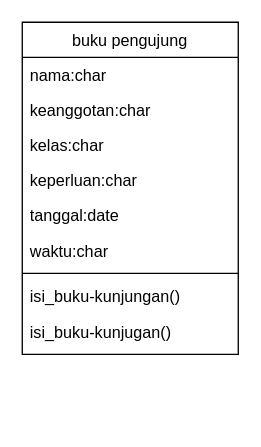
septihadiilham/TUGAS-PAK-ADI keeps this draw.io diagram as class-dia.drawio. Above is the earlier version. Source tidied: cells renumbered, new cells numbered last; positions are measured from the earlier drawing's top-left corner, leaving out a move shared by most shapes. Both pictures are drawn from the tidied source at 135%, with x=0, y=0 at pixel (22, 22).
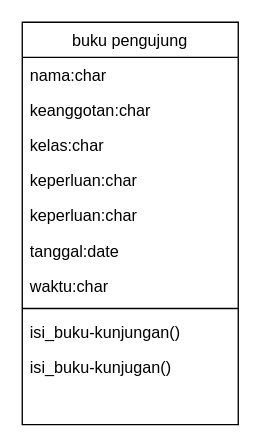
After the change.

The edit, as a diff of the source:
```diff
@@
 <mxGraphModel>
   <root>
     <mxCell id="0" />
     <mxCell id="1" parent="0" />
     <mxCell id="2" value="buku pengujung" style="swimlane;fontStyle=0;align=center;verticalAlign=top;horizontal=1;startSize=26;rounded=0;shadow=0;strokeWidth=1;" parent="1" vertex="1">
-      <mxGeometry width="160" height="246" as="geometry" />
+      <mxGeometry width="160" height="298" as="geometry" />
     </mxCell>
     <mxCell id="3" value="nama:char" style="text;align=left;verticalAlign=top;spacingLeft=4;spacingRight=4;overflow=hidden;" parent="2" vertex="1">
       <mxGeometry y="26" width="160" height="26" as="geometry" />
     </mxCell>
     <mxCell id="4" value="keanggotan:char" style="text;align=left;verticalAlign=top;spacingLeft=4;spacingRight=4;overflow=hidden;rounded=0;shadow=0;html=0;" parent="2" vertex="1">
       <mxGeometry y="52" width="160" height="26" as="geometry" />
     </mxCell>
     <mxCell id="5" value="kelas:char" style="text;align=left;verticalAlign=top;spacingLeft=4;spacingRight=4;overflow=hidden;rounded=0;shadow=0;html=0;" parent="2" vertex="1">
       <mxGeometry y="78" width="160" height="26" as="geometry" />
     </mxCell>
+    <mxCell id="12" value="keperluan:char" style="text;align=left;verticalAlign=top;spacingLeft=4;spacingRight=4;overflow=hidden;rounded=0;shadow=0;html=0;" parent="2" vertex="1">
+      <mxGeometry y="104" width="160" height="26" as="geometry" />
+    </mxCell>
     <mxCell id="6" value="keperluan:char" style="text;align=left;verticalAlign=top;spacingLeft=4;spacingRight=4;overflow=hidden;rounded=0;shadow=0;html=0;" parent="2" vertex="1">
-      <mxGeometry y="104" width="160" height="26" as="geometry" />
+      <mxGeometry y="130" width="160" height="26" as="geometry" />
     </mxCell>
     <mxCell id="7" value="tanggal:date" style="text;align=left;verticalAlign=top;spacingLeft=4;spacingRight=4;overflow=hidden;rounded=0;shadow=0;html=0;" parent="2" vertex="1">
-      <mxGeometry y="130" width="160" height="26" as="geometry" />
+      <mxGeometry y="156" width="160" height="26" as="geometry" />
     </mxCell>
     <mxCell id="8" value="waktu:char" style="text;align=left;verticalAlign=top;spacingLeft=4;spacingRight=4;overflow=hidden;rounded=0;shadow=0;html=0;" parent="2" vertex="1">
-      <mxGeometry y="156" width="160" height="26" as="geometry" />
+      <mxGeometry y="182" width="160" height="26" as="geometry" />
     </mxCell>
     <mxCell id="9" style="line;html=1;strokeWidth=1;align=left;verticalAlign=middle;spacingTop=-1;spacingLeft=3;spacingRight=3;labelPosition=right;" parent="2" vertex="1">
-      <mxGeometry y="182" width="160" height="8" as="geometry" />
+      <mxGeometry y="208" width="160" height="8" as="geometry" />
     </mxCell>
     <mxCell id="10" value="isi_buku-kunjungan()" style="text;align=left;verticalAlign=top;spacingLeft=4;spacingRight=4;overflow=hidden;" parent="2" vertex="1">
-      <mxGeometry y="190" width="160" height="26" as="geometry" />
+      <mxGeometry y="216" width="160" height="26" as="geometry" />
     </mxCell>
     <mxCell id="11" value="isi_buku-kunjugan()" style="text;align=left;verticalAlign=top;spacingLeft=4;spacingRight=4;overflow=hidden;" parent="2" vertex="1">
-      <mxGeometry y="216" width="160" height="30" as="geometry" />
+      <mxGeometry y="242" width="160" height="30" as="geometry" />
     </mxCell>
   </root>
 </mxGraphModel>
```
